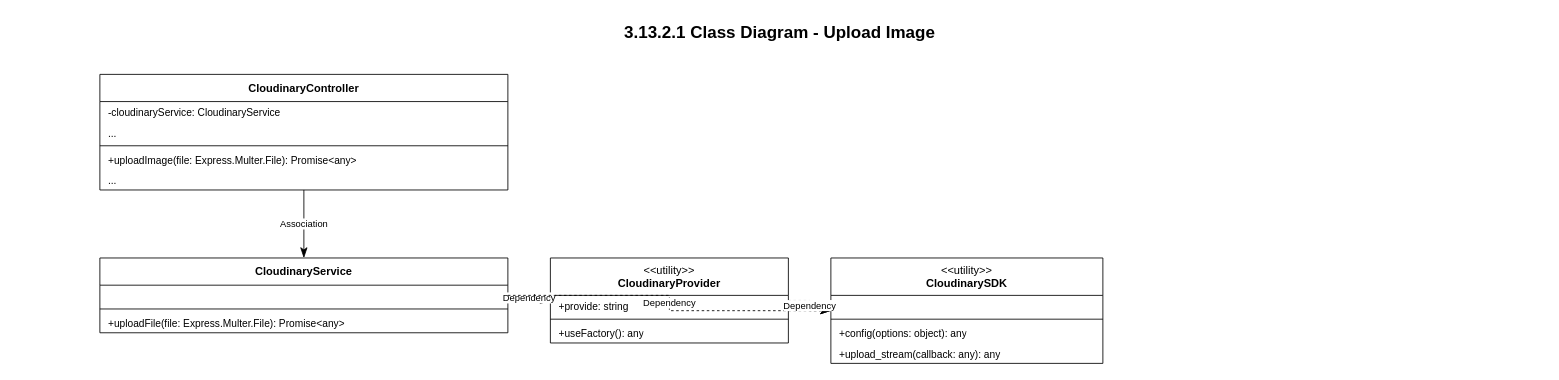
Earlier version of the draw.io diagram page "Upload Image" (2 of 2) of cloudinary_all_class_diagrams.drawio (CuongBC195/class-diagram-donation-blood). Source tidied: cells renumbered, new cells numbered last; positions are measured from the earlier drawing's top-left corner, leaving out a move shared by most shapes. Both pictures are drawn from the tidied source at 85%, with x=0, y=0 at pixel (14, 14).
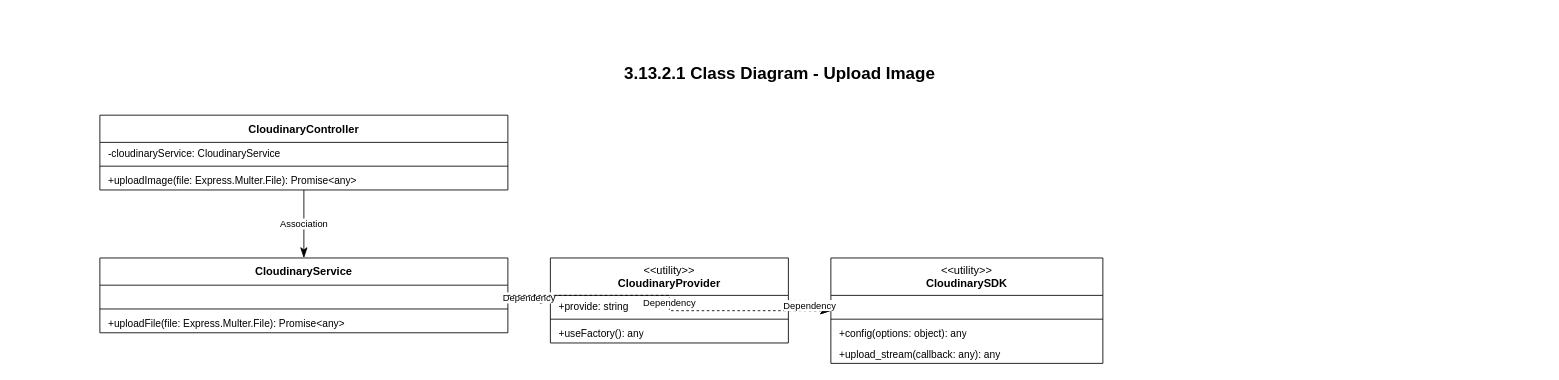
Above is the later version.

The edit, as a diff of the source:
```diff
@@
     <mxCell id="2" value="3.13.2.1 Class Diagram - Upload Image" style="text;html=1;strokeColor=none;fillColor=none;align=center;verticalAlign=middle;whiteSpace=wrap;rounded=0;fontFamily=Arial;fontSize=20;fontStyle=1;fontColor=#000000;" parent="1" vertex="1">
-      <mxGeometry width="1800" height="40" as="geometry" />
+      <mxGeometry y="48" width="1800" height="40" as="geometry" />
     </mxCell>
     <mxCell id="3" value="&lt;b&gt;CloudinaryController&lt;/b&gt;" style="swimlane;fontStyle=0;horizontal=1;startSize=32;whiteSpace=wrap;html=1;fillColor=#ffffff;strokeColor=#000000;swimlaneFillColor=#ffffff;fontColor=#000000;fontFamily=Arial;fontSize=13;" parent="1" vertex="1">
-      <mxGeometry x="100" y="70" width="480" height="136" as="geometry" />
+      <mxGeometry x="100" y="118" width="480" height="88" as="geometry" />
     </mxCell>
@@
-    <mxCell id="5" value="..." style="text;strokeColor=none;fillColor=none;align=left;verticalAlign=top;spacingLeft=8;spacingRight=8;overflow=hidden;whiteSpace=wrap;html=1;fontFamily=Arial;fontSize=12;fontColor=#000000;" parent="3" vertex="1">
-      <mxGeometry y="56" width="480" height="24" as="geometry" />
-    </mxCell>
     <mxCell id="6" style="line;strokeWidth=1;fillColor=none;strokeColor=#000000;align=left;verticalAlign=middle;" parent="3" vertex="1">
-      <mxGeometry y="80" width="480" height="8" as="geometry" />
+      <mxGeometry y="56" width="480" height="8" as="geometry" />
     </mxCell>
     <mxCell id="7" value="+uploadImage(file: Express.Multer.File): Promise&amp;lt;any&amp;gt;" style="text;strokeColor=none;fillColor=none;align=left;verticalAlign=top;spacingLeft=8;spacingRight=8;overflow=hidden;whiteSpace=wrap;html=1;fontFamily=Arial;fontSize=12;fontColor=#000000;" parent="3" vertex="1">
-      <mxGeometry y="88" width="480" height="24" as="geometry" />
+      <mxGeometry y="64" width="480" height="24" as="geometry" />
     </mxCell>
-    <mxCell id="8" value="..." style="text;strokeColor=none;fillColor=none;align=left;verticalAlign=top;spacingLeft=8;spacingRight=8;overflow=hidden;whiteSpace=wrap;html=1;fontFamily=Arial;fontSize=12;fontColor=#000000;" parent="3" vertex="1">
-      <mxGeometry y="112" width="480" height="24" as="geometry" />
-    </mxCell>
```
